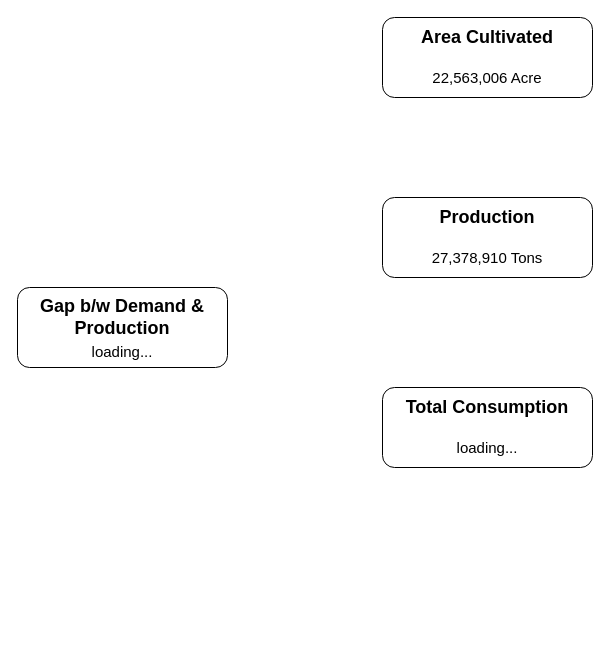
This is flowchart.drawio from MNFSR/drawio, a draw.io file, before an edit. Source tidied: cells renumbered, new cells numbered last; positions are measured from the earlier drawing's top-left corner, leaving out a move shared by most shapes. Both pictures are drawn from the tidied source at 100%, with x=0, y=0 at pixel (17, 17).
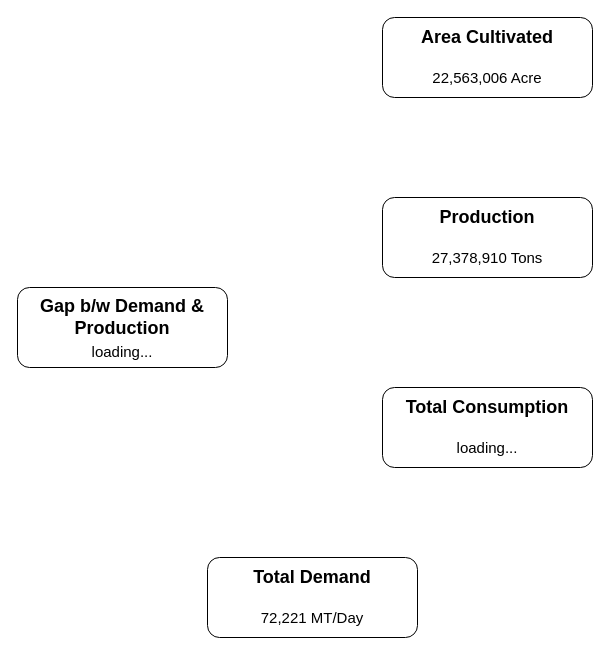
The same diagram, later.

Change to the diagram source:
```diff
@@
 <mxGraphModel>
   <root>
     <mxCell id="0" />
     <mxCell id="1" parent="0" />
     <mxCell id="2" style="rounded=1;whiteSpace=wrap;html=1;" parent="1" vertex="1">
       <mxGeometry x="365" width="210" height="80" as="geometry" />
     </mxCell>
     <mxCell id="3" value="&lt;font size=&quot;1&quot;&gt;&lt;b style=&quot;font-size: 18px&quot;&gt;Area Cultivated&lt;/b&gt;&lt;/font&gt;" style="text;html=1;strokeColor=none;fillColor=none;align=center;verticalAlign=middle;whiteSpace=wrap;rounded=0;" parent="1" vertex="1">
       <mxGeometry x="375" y="10" width="190" height="20" as="geometry" />
     </mxCell>
     <mxCell id="4" value="&lt;font style=&quot;font-size: 15px&quot;&gt;22,563,006 Acre&lt;/font&gt;" style="text;html=1;strokeColor=none;fillColor=none;align=center;verticalAlign=middle;whiteSpace=wrap;rounded=0;" parent="1" vertex="1">
       <mxGeometry x="375" y="50" width="190" height="20" as="geometry" />
     </mxCell>
     <mxCell id="5" style="rounded=1;whiteSpace=wrap;html=1;" parent="1" vertex="1">
       <mxGeometry x="365" y="180" width="210" height="80" as="geometry" />
     </mxCell>
     <mxCell id="6" value="&lt;font size=&quot;1&quot;&gt;&lt;b style=&quot;font-size: 18px&quot;&gt;Production&lt;/b&gt;&lt;/font&gt;" style="text;html=1;strokeColor=none;fillColor=none;align=center;verticalAlign=middle;whiteSpace=wrap;rounded=0;" parent="1" vertex="1">
       <mxGeometry x="375" y="190" width="190" height="20" as="geometry" />
     </mxCell>
     <mxCell id="7" value="&lt;font style=&quot;font-size: 15px&quot;&gt;27,378,910 Tons&lt;/font&gt;" style="text;html=1;strokeColor=none;fillColor=none;align=center;verticalAlign=middle;whiteSpace=wrap;rounded=0;" parent="1" vertex="1">
       <mxGeometry x="375" y="230" width="190" height="20" as="geometry" />
     </mxCell>
     <mxCell id="8" style="rounded=1;whiteSpace=wrap;html=1;" parent="1" vertex="1">
       <mxGeometry x="365" y="370" width="210" height="80" as="geometry" />
     </mxCell>
     <mxCell id="9" value="&lt;font size=&quot;1&quot;&gt;&lt;b style=&quot;font-size: 18px&quot;&gt;Total&amp;nbsp;&lt;/b&gt;&lt;/font&gt;&lt;span style=&quot;font-size: 18px&quot;&gt;&lt;b&gt;Consumption&lt;/b&gt;&lt;/span&gt;" style="text;html=1;strokeColor=none;fillColor=none;align=center;verticalAlign=middle;whiteSpace=wrap;rounded=0;" parent="1" vertex="1">
       <mxGeometry x="375" y="380" width="190" height="20" as="geometry" />
     </mxCell>
     <mxCell id="10" value="&lt;font style=&quot;font-size: 15px&quot;&gt;loading...&lt;/font&gt;" style="text;html=1;strokeColor=none;fillColor=none;align=center;verticalAlign=middle;whiteSpace=wrap;rounded=0;" parent="1" vertex="1">
       <mxGeometry x="375" y="420" width="190" height="20" as="geometry" />
     </mxCell>
     <mxCell id="11" style="rounded=1;whiteSpace=wrap;html=1;" parent="1" vertex="1">
       <mxGeometry y="270" width="210" height="80" as="geometry" />
     </mxCell>
     <mxCell id="12" value="&lt;span style=&quot;font-size: 18px&quot;&gt;&lt;b&gt;Gap b/w Demand &amp;amp; Production&lt;/b&gt;&lt;/span&gt;" style="text;html=1;strokeColor=none;fillColor=none;align=center;verticalAlign=middle;whiteSpace=wrap;rounded=0;" parent="1" vertex="1">
       <mxGeometry x="10" y="290" width="190" height="20" as="geometry" />
     </mxCell>
     <mxCell id="13" value="&lt;font style=&quot;font-size: 15px&quot;&gt;loading...&lt;/font&gt;" style="text;html=1;strokeColor=none;fillColor=none;align=center;verticalAlign=middle;whiteSpace=wrap;rounded=0;" parent="1" vertex="1">
       <mxGeometry x="10" y="324" width="190" height="20" as="geometry" />
     </mxCell>
+    <mxCell id="14" style="rounded=1;whiteSpace=wrap;html=1;" parent="1" vertex="1">
+      <mxGeometry x="190" y="540" width="210" height="80" as="geometry" />
+    </mxCell>
+    <mxCell id="15" value="&lt;span style=&quot;font-size: 18px&quot;&gt;&lt;b&gt;Total Demand&lt;/b&gt;&lt;/span&gt;" style="text;html=1;strokeColor=none;fillColor=none;align=center;verticalAlign=middle;whiteSpace=wrap;rounded=0;" parent="1" vertex="1">
+      <mxGeometry x="200" y="550" width="190" height="20" as="geometry" />
+    </mxCell>
+    <mxCell id="16" value="&lt;font style=&quot;font-size: 15px&quot;&gt;72,221 MT/Day&lt;/font&gt;" style="text;html=1;strokeColor=none;fillColor=none;align=center;verticalAlign=middle;whiteSpace=wrap;rounded=0;" parent="1" vertex="1">
+      <mxGeometry x="200" y="590" width="190" height="20" as="geometry" />
+    </mxCell>
   </root>
 </mxGraphModel>
```
